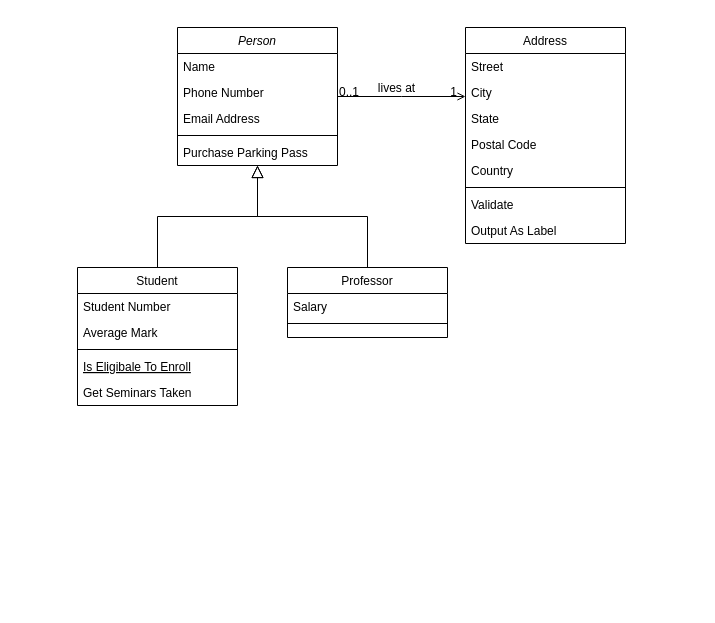
Earlier version of the draw.io diagram BankClass.drawio (bacday32/lephuocbac). Source tidied: cells renumbered, new cells numbered last; positions are measured from the earlier drawing's top-left corner, leaving out a move shared by most shapes. Both pictures are drawn from the tidied source at 100%, with x=0, y=0 at pixel (77, 27).
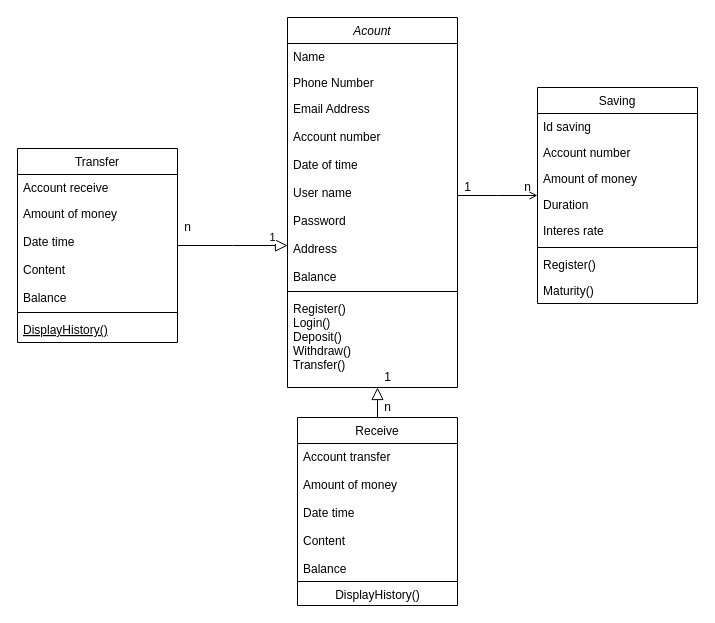
After the change.

The change refers to these unchanged cells:
```xml
<mxCell id="14" style="endArrow=block;endSize=10;endFill=0;shadow=0;strokeWidth=1;rounded=0;edgeStyle=elbowEdgeStyle;elbow=vertical;" parent="1" edge="1" source="8" target="2">
  <mxGeometry relative="1" as="geometry" />
</mxCell>
<mxCell id="28" style="endArrow=open;shadow=0;strokeWidth=1;rounded=0;endFill=1;edgeStyle=elbowEdgeStyle;elbow=vertical;" parent="1" edge="1" source="2" target="19">
  <mxGeometry x="0.5" y="41" relative="1" as="geometry">
    <mxPoint x="-40" y="32" as="offset" />
  </mxGeometry>
</mxCell>
```

Diff of the diagram source:
```diff
@@
-    <mxCell id="2" value="Person" style="swimlane;fontStyle=2;align=center;verticalAlign=top;horizontal=1;startSize=26;rounded=0;shadow=0;strokeWidth=1;" parent="1" vertex="1">
-      <mxGeometry x="100" width="160" height="138" as="geometry" />
+    <mxCell id="2" value="Acount&#10;" style="swimlane;fontStyle=2;align=center;verticalAlign=top;horizontal=1;startSize=26;rounded=0;shadow=0;strokeWidth=1;" parent="1" vertex="1">
+      <mxGeometry x="210" y="-10" width="170" height="370" as="geometry" />
     </mxCell>
     <mxCell id="3" value="Name" style="text;align=left;verticalAlign=top;spacingLeft=4;spacingRight=4;overflow=hidden;" parent="2" vertex="1">
-      <mxGeometry y="26" width="160" height="26" as="geometry" />
+      <mxGeometry y="26" width="170" height="26" as="geometry" />
     </mxCell>
     <mxCell id="4" value="Phone Number" style="text;align=left;verticalAlign=top;spacingLeft=4;spacingRight=4;overflow=hidden;rounded=0;shadow=0;html=0;" parent="2" vertex="1">
-      <mxGeometry y="52" width="160" height="26" as="geometry" />
+      <mxGeometry y="52" width="170" height="26" as="geometry" />
     </mxCell>
-    <mxCell id="5" value="Email Address" style="text;align=left;verticalAlign=top;spacingLeft=4;spacingRight=4;overflow=hidden;rounded=0;shadow=0;html=0;" parent="2" vertex="1">
-      <mxGeometry y="78" width="160" height="26" as="geometry" />
+    <mxCell id="5" value="Email Address&#10;&#10;Account number&#10;&#10;Date of time&#10;&#10;User name&#10;&#10;Password&#10;&#10;Address&#10;&#10;Balance&#10;&#10;&#10;" style="text;align=left;verticalAlign=top;spacingLeft=4;spacingRight=4;overflow=hidden;rounded=0;shadow=0;html=0;" parent="2" vertex="1">
+      <mxGeometry y="78" width="170" height="192" as="geometry" />
     </mxCell>
     <mxCell id="6" style="line;html=1;strokeWidth=1;align=left;verticalAlign=middle;spacingTop=-1;spacingLeft=3;spacingRight=3;labelPosition=right;" parent="2" vertex="1">
-      <mxGeometry y="104" width="160" height="8" as="geometry" />
+      <mxGeometry y="270" width="170" height="8" as="geometry" />
     </mxCell>
-    <mxCell id="7" value="Purchase Parking Pass" style="text;align=left;verticalAlign=top;spacingLeft=4;spacingRight=4;overflow=hidden;" parent="2" vertex="1">
-      <mxGeometry y="112" width="160" height="26" as="geometry" />
+    <mxCell id="7" value="Register()&#10;Login()&#10;Deposit()&#10;Withdraw()&#10;Transfer()&#10;" style="text;align=left;verticalAlign=top;spacingLeft=4;spacingRight=4;overflow=hidden;" parent="2" vertex="1">
+      <mxGeometry y="278" width="170" height="92" as="geometry" />
     </mxCell>
-    <mxCell id="8" value="Student" style="swimlane;fontStyle=0;align=center;verticalAlign=top;horizontal=1;startSize=26;rounded=0;shadow=0;strokeWidth=1;" parent="1" vertex="1">
-      <mxGeometry y="240" width="160" height="138" as="geometry" />
+    <mxCell id="8" value="Transfer" style="swimlane;fontStyle=0;align=center;verticalAlign=top;horizontal=1;startSize=26;rounded=0;shadow=0;strokeWidth=1;" parent="1" vertex="1">
+      <mxGeometry x="-60" y="121" width="160" height="194" as="geometry" />
     </mxCell>
-    <mxCell id="9" value="Student Number" style="text;align=left;verticalAlign=top;spacingLeft=4;spacingRight=4;overflow=hidden;" parent="8" vertex="1">
+    <mxCell id="9" value="Account receive" style="text;align=left;verticalAlign=top;spacingLeft=4;spacingRight=4;overflow=hidden;" parent="8" vertex="1">
       <mxGeometry y="26" width="160" height="26" as="geometry" />
     </mxCell>
-    <mxCell id="10" value="Average Mark" style="text;align=left;verticalAlign=top;spacingLeft=4;spacingRight=4;overflow=hidden;rounded=0;shadow=0;html=0;" parent="8" vertex="1">
-      <mxGeometry y="52" width="160" height="26" as="geometry" />
+    <mxCell id="10" value="Amount of money&#10;&#10;Date time&#10;&#10;Content&#10;&#10;Balance" style="text;align=left;verticalAlign=top;spacingLeft=4;spacingRight=4;overflow=hidden;rounded=0;shadow=0;html=0;" parent="8" vertex="1">
+      <mxGeometry y="52" width="160" height="108" as="geometry" />
     </mxCell>
     <mxCell id="11" style="line;html=1;strokeWidth=1;align=left;verticalAlign=middle;spacingTop=-1;spacingLeft=3;spacingRight=3;labelPosition=right;" parent="8" vertex="1">
-      <mxGeometry y="78" width="160" height="8" as="geometry" />
+      <mxGeometry y="160" width="160" height="8" as="geometry" />
     </mxCell>
-    <mxCell id="12" value="Is Eligibale To Enroll" style="text;align=left;verticalAlign=top;spacingLeft=4;spacingRight=4;overflow=hidden;fontStyle=4;" parent="8" vertex="1">
-      <mxGeometry y="86" width="160" height="26" as="geometry" />
+    <mxCell id="12" value="DisplayHistory()" style="text;align=left;verticalAlign=top;spacingLeft=4;spacingRight=4;overflow=hidden;fontStyle=4;" parent="8" vertex="1">
+      <mxGeometry y="168" width="160" height="26" as="geometry" />
     </mxCell>
-    <mxCell id="13" value="Get Seminars Taken" style="text;align=left;verticalAlign=top;spacingLeft=4;spacingRight=4;overflow=hidden;" parent="8" vertex="1">
-      <mxGeometry y="112" width="160" height="26" as="geometry" />
-    </mxCell>
@@
+    <mxCell id="32" value="1" style="edgeLabel;html=1;align=center;verticalAlign=middle;" parent="14" vertex="1">
+      <mxGeometry x="0.71" y="9" relative="1" as="geometry" />
+    </mxCell>
-    <mxCell id="15" value="Professor" style="swimlane;fontStyle=0;align=center;verticalAlign=top;horizontal=1;startSize=26;rounded=0;shadow=0;strokeWidth=1;" parent="1" vertex="1">
-      <mxGeometry x="210" y="240" width="160" height="70" as="geometry" />
+    <mxCell id="15" value="Receive" style="swimlane;fontStyle=0;align=center;verticalAlign=top;horizontal=1;startSize=26;rounded=0;shadow=0;strokeWidth=1;" parent="1" vertex="1">
+      <mxGeometry x="220" y="390" width="160" height="188" as="geometry" />
     </mxCell>
-    <mxCell id="16" value="Salary" style="text;align=left;verticalAlign=top;spacingLeft=4;spacingRight=4;overflow=hidden;" parent="15" vertex="1">
-      <mxGeometry y="26" width="160" height="26" as="geometry" />
+    <mxCell id="16" value="Account transfer&#10;&#10;Amount of money&#10;&#10;Date time&#10;&#10;Content&#10;&#10;Balance &#10;" style="text;align=left;verticalAlign=top;spacingLeft=4;spacingRight=4;overflow=hidden;" parent="15" vertex="1">
+      <mxGeometry y="26" width="160" height="134" as="geometry" />
     </mxCell>
     <mxCell id="17" style="line;html=1;strokeWidth=1;align=left;verticalAlign=middle;spacingTop=-1;spacingLeft=3;spacingRight=3;labelPosition=right;" parent="15" vertex="1">
-      <mxGeometry y="52" width="160" height="8" as="geometry" />
+      <mxGeometry y="160" width="160" height="8" as="geometry" />
     </mxCell>
+    <mxCell id="33" value="DisplayHistory()" style="text;html=1;align=center;verticalAlign=middle;" parent="15" vertex="1">
+      <mxGeometry y="168" width="160" height="20" as="geometry" />
+    </mxCell>
     <mxCell id="18" style="endArrow=block;endSize=10;endFill=0;shadow=0;strokeWidth=1;rounded=0;edgeStyle=elbowEdgeStyle;elbow=vertical;" parent="1" edge="1" source="15" target="2">
-      <mxGeometry relative="1" as="geometry" />
+      <mxGeometry relative="1" as="geometry">
+        <Array as="points">
+          <mxPoint x="250" y="180" />
+        </Array>
+      </mxGeometry>
     </mxCell>
-    <mxCell id="19" value="Address" style="swimlane;fontStyle=0;align=center;verticalAlign=top;horizontal=1;startSize=26;rounded=0;shadow=0;strokeWidth=1;" parent="1" vertex="1">
-      <mxGeometry x="388" width="160" height="216" as="geometry" />
+    <mxCell id="19" value="Saving&#10;" style="swimlane;fontStyle=0;align=center;verticalAlign=top;horizontal=1;startSize=26;rounded=0;shadow=0;strokeWidth=1;" parent="1" vertex="1">
+      <mxGeometry x="460" y="60" width="160" height="216" as="geometry" />
     </mxCell>
-    <mxCell id="20" value="Street" style="text;align=left;verticalAlign=top;spacingLeft=4;spacingRight=4;overflow=hidden;" parent="19" vertex="1">
+    <mxCell id="20" value="Id saving" style="text;align=left;verticalAlign=top;spacingLeft=4;spacingRight=4;overflow=hidden;" parent="19" vertex="1">
       <mxGeometry y="26" width="160" height="26" as="geometry" />
     </mxCell>
-    <mxCell id="21" value="City" style="text;align=left;verticalAlign=top;spacingLeft=4;spacingRight=4;overflow=hidden;rounded=0;shadow=0;html=0;" parent="19" vertex="1">
+    <mxCell id="21" value="Account number" style="text;align=left;verticalAlign=top;spacingLeft=4;spacingRight=4;overflow=hidden;rounded=0;shadow=0;html=0;" parent="19" vertex="1">
       <mxGeometry y="52" width="160" height="26" as="geometry" />
     </mxCell>
-    <mxCell id="22" value="State" style="text;align=left;verticalAlign=top;spacingLeft=4;spacingRight=4;overflow=hidden;rounded=0;shadow=0;html=0;" parent="19" vertex="1">
+    <mxCell id="22" value="Amount of money" style="text;align=left;verticalAlign=top;spacingLeft=4;spacingRight=4;overflow=hidden;rounded=0;shadow=0;html=0;" parent="19" vertex="1">
       <mxGeometry y="78" width="160" height="26" as="geometry" />
     </mxCell>
-    <mxCell id="23" value="Postal Code" style="text;align=left;verticalAlign=top;spacingLeft=4;spacingRight=4;overflow=hidden;rounded=0;shadow=0;html=0;" parent="19" vertex="1">
+    <mxCell id="23" value="Duration" style="text;align=left;verticalAlign=top;spacingLeft=4;spacingRight=4;overflow=hidden;rounded=0;shadow=0;html=0;" parent="19" vertex="1">
       <mxGeometry y="104" width="160" height="26" as="geometry" />
     </mxCell>
-    <mxCell id="24" value="Country" style="text;align=left;verticalAlign=top;spacingLeft=4;spacingRight=4;overflow=hidden;rounded=0;shadow=0;html=0;" parent="19" vertex="1">
+    <mxCell id="24" value="Interes rate" style="text;align=left;verticalAlign=top;spacingLeft=4;spacingRight=4;overflow=hidden;rounded=0;shadow=0;html=0;" parent="19" vertex="1">
       <mxGeometry y="130" width="160" height="26" as="geometry" />
     </mxCell>
@@
-    <mxCell id="26" value="Validate" style="text;align=left;verticalAlign=top;spacingLeft=4;spacingRight=4;overflow=hidden;" parent="19" vertex="1">
+    <mxCell id="26" value="Register()" style="text;align=left;verticalAlign=top;spacingLeft=4;spacingRight=4;overflow=hidden;" parent="19" vertex="1">
       <mxGeometry y="164" width="160" height="26" as="geometry" />
     </mxCell>
-    <mxCell id="27" value="Output As Label" style="text;align=left;verticalAlign=top;spacingLeft=4;spacingRight=4;overflow=hidden;" parent="19" vertex="1">
+    <mxCell id="27" value="Maturity()" style="text;align=left;verticalAlign=top;spacingLeft=4;spacingRight=4;overflow=hidden;" parent="19" vertex="1">
       <mxGeometry y="190" width="160" height="26" as="geometry" />
     </mxCell>
@@
-    <mxCell id="29" value="0..1" style="align=left;verticalAlign=bottom;labelBackgroundColor=none;fontSize=12;" parent="28" vertex="1">
-      <mxGeometry x="-1" relative="1" as="geometry">
-        <mxPoint y="4" as="offset" />
-      </mxGeometry>
-    </mxCell>
-    <mxCell id="30" value="1" style="align=right;verticalAlign=bottom;labelBackgroundColor=none;fontSize=12;" parent="28" vertex="1">
-      <mxGeometry x="1" relative="1" as="geometry">
-        <mxPoint x="-7" y="4" as="offset" />
-      </mxGeometry>
-    </mxCell>
-    <mxCell id="31" value="lives at" style="text;html=1;align=center;verticalAlign=middle;labelBackgroundColor=none;rounded=0;shadow=0;strokeWidth=1;fontSize=12;" parent="28" vertex="1">
-      <mxGeometry x="0.5" y="49" relative="1" as="geometry">
-        <mxPoint x="-38" y="40" as="offset" />
-      </mxGeometry>
-    </mxCell>
+    <mxCell id="34" value="1" style="text;html=1;align=center;verticalAlign=middle;" parent="1" vertex="1">
+      <mxGeometry x="380" y="150" width="20" height="20" as="geometry" />
+    </mxCell>
+    <mxCell id="35" value="n" style="text;html=1;align=center;verticalAlign=middle;" parent="1" vertex="1">
+      <mxGeometry x="440" y="150" width="20" height="20" as="geometry" />
+    </mxCell>
+    <mxCell id="36" value="n" style="text;html=1;align=center;verticalAlign=middle;" parent="1" vertex="1">
+      <mxGeometry x="100" y="190" width="20" height="20" as="geometry" />
+    </mxCell>
+    <mxCell id="37" value="1" style="text;html=1;align=center;verticalAlign=middle;" parent="1" vertex="1">
+      <mxGeometry x="300" y="340" width="20" height="20" as="geometry" />
+    </mxCell>
+    <mxCell id="38" value="n" style="text;html=1;align=center;verticalAlign=middle;" parent="1" vertex="1">
+      <mxGeometry x="300" y="370" width="20" height="20" as="geometry" />
+    </mxCell>
```
